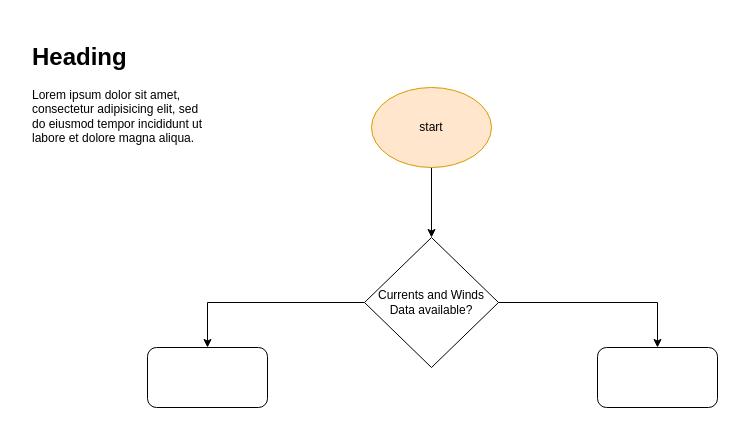
Before: Untitled Diagram.drawio in Igoratake/MedSlik_CMCC, a draw.io diagram. Source tidied: cells renumbered, new cells numbered last; positions are measured from the earlier drawing's top-left corner, leaving out a move shared by most shapes. Both pictures are drawn from the tidied source at 100%, with x=0, y=0 at pixel (27, 37).
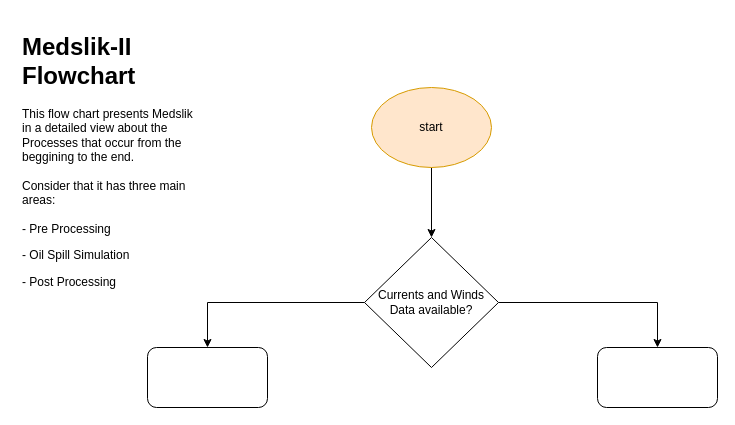
Above is the later version.

Change to the diagram source:
```diff
@@
 <mxGraphModel>
   <root>
     <mxCell id="0" />
     <mxCell id="1" parent="0" />
     <mxCell id="2" style="edgeStyle=orthogonalEdgeStyle;rounded=0;jettySize=auto;html=1;" parent="1" edge="1" source="3" target="5">
       <mxGeometry relative="1" as="geometry" />
     </mxCell>
     <mxCell id="3" value="start" style="ellipse;whiteSpace=wrap;html=1;fillColor=#ffe6cc;strokeColor=#d79b00;" parent="1" vertex="1">
       <mxGeometry x="344" y="50" width="120" height="80" as="geometry" />
     </mxCell>
     <mxCell id="4" style="edgeStyle=orthogonalEdgeStyle;rounded=0;jettySize=auto;html=1;entryX=0.5;entryY=0;entryDx=0;entryDy=0;" parent="1" edge="1" source="5" target="6">
       <mxGeometry relative="1" as="geometry">
         <Array as="points">
           <mxPoint x="630" y="265" />
         </Array>
       </mxGeometry>
     </mxCell>
     <mxCell id="5" value="Currents and Winds Data available?" style="rhombus;whiteSpace=wrap;html=1;" parent="1" vertex="1">
       <mxGeometry x="337" y="200" width="134" height="130" as="geometry" />
     </mxCell>
     <mxCell id="6" style="rounded=1;whiteSpace=wrap;html=1;" parent="1" vertex="1">
       <mxGeometry x="570" y="310" width="120" height="60" as="geometry" />
     </mxCell>
     <mxCell id="7" style="rounded=1;whiteSpace=wrap;html=1;" parent="1" vertex="1">
       <mxGeometry x="120" y="310" width="120" height="60" as="geometry" />
     </mxCell>
     <mxCell id="8" style="edgeStyle=orthogonalEdgeStyle;rounded=0;jettySize=auto;html=1;entryX=0.5;entryY=0;entryDx=0;entryDy=0;exitX=0;exitY=0.5;exitDx=0;exitDy=0;" parent="1" edge="1" source="5" target="7">
       <mxGeometry relative="1" as="geometry">
         <Array as="points">
           <mxPoint x="180" y="265" />
         </Array>
       </mxGeometry>
     </mxCell>
-    <mxCell id="9" value="&lt;h1&gt;Heading&lt;/h1&gt;&lt;p&gt;Lorem ipsum dolor sit amet, consectetur adipisicing elit, sed do eiusmod tempor incididunt ut labore et dolore magna aliqua.&lt;/p&gt;" style="text;html=1;strokeColor=none;fillColor=none;spacing=5;spacingTop=-20;whiteSpace=wrap;overflow=hidden;rounded=0;" parent="1" vertex="1">
-      <mxGeometry width="190" height="120" as="geometry" />
+    <mxCell id="9" value="&lt;h1&gt;Medslik-II Flowchart&lt;/h1&gt;&lt;p&gt;This flow chart presents Medslik in a detailed view about the Processes that occur from the beggining to the end.&lt;br&gt;&lt;br&gt;Consider that it has three main areas:&lt;br&gt;&lt;br&gt;- Pre Processing&lt;/p&gt;&lt;p&gt;- Oil Spill Simulation&lt;/p&gt;&lt;p&gt;- Post Processing&lt;/p&gt;" style="text;html=1;strokeColor=none;fillColor=none;spacing=5;spacingTop=-20;whiteSpace=wrap;overflow=hidden;rounded=0;" parent="1" vertex="1">
+      <mxGeometry x="-10" y="-10" width="190" height="280" as="geometry" />
     </mxCell>
   </root>
 </mxGraphModel>
```
